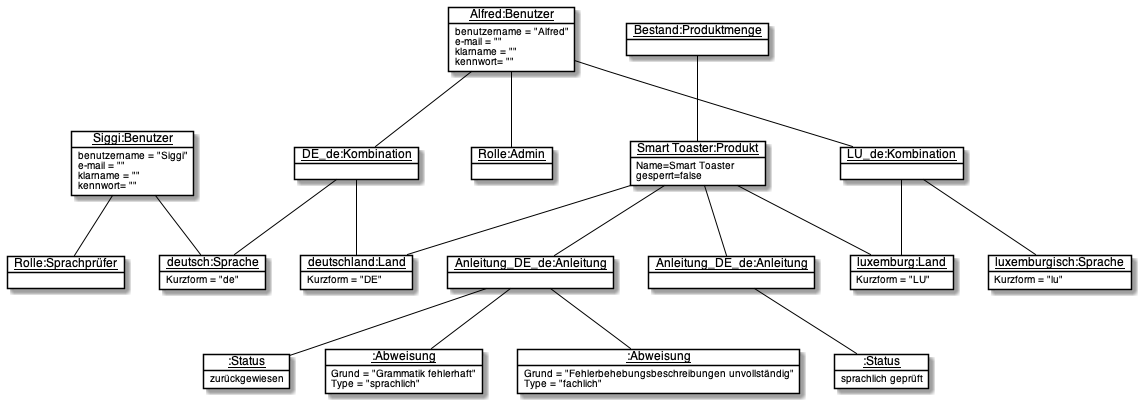
Earlier version of the PlantUML export out/objektdiagramm/Objektdiagramm.png (Schubert-Tom/Manual-Master). Its diagram source:
```plantuml
@startuml Objektdiagramm
!includeurl https://raw.githubusercontent.com/matthewjosephtaylor/plantuml-style/master/style.pu
object "<u>Siggi:Benutzer" as Siggi{
    benutzername = "Siggi"
    e-mail = ""
    klarname = ""
    kennwort= ""
}
object "<u>Alfred:Benutzer" as Alfred{
    benutzername = "Alfred"
    e-mail = ""
    klarname = ""
    kennwort= ""
}
object "<u>Rolle:Sprachprüfer" as Sprachprüfer{

}
object "<u>Rolle:Admin" as Admin{

}

object "<u>Bestand:Produktmenge" as Produktmenge
object "<u>Smart Toaster:Produkt" as SmartToaster{
    Name=Smart Toaster
    gesperrt=false
}
object "<u>:Status" as Status1{
    sprachlich geprüft
}
object "<u>:Status" as Status2{
    zurückgewiesen
}

object "<u>deutschland:Land" as Deutschland{
    Kurzform = "DE"
}
object "<u>luxemburg:Land" as Luxemburg{
    Kurzform = "LU"
}
object "<u>deutsch:Sprache" as de{
    Kurzform = "de"
}
object "<u>luxemburgisch:Sprache" as lu{
    Kurzform = "lu"
}
object "<u>DE_de:Kombination" as DE_de
object "<u>LU_de:Kombination" as LU_de
object "<u>Anleitung_DE_de:Anleitung" as Anleitung_DE_de
object "<u>Anleitung_DE_de:Anleitung" as Anleitung_LU_de

object "<u>:Abweisung" as Abweisungsgrund1{
    Grund = "Grammatik fehlerhaft"
    Type = "sprachlich"
}
object "<u>:Abweisung" as Abweisungsgrund2{
    Grund = "Fehlerbehebungsbeschreibungen unvollständig"
    Type = "fachlich"
}


    DE_de -- de
    DE_de -- Deutschland

    LU_de -- lu
    LU_de -- Luxemburg
    Produktmenge -- SmartToaster
    SmartToaster -- Deutschland
    SmartToaster -- Luxemburg
    SmartToaster -- Anleitung_DE_de
    SmartToaster -- Anleitung_LU_de

    Alfred -- Admin
    Alfred -- DE_de
    Alfred -- LU_de

    Siggi -- Sprachprüfer
    Siggi -- de

    Anleitung_DE_de -- Status1

    Anleitung_LU_de -- Status2
    Anleitung_LU_de -- Abweisungsgrund1
    Anleitung_LU_de -- Abweisungsgrund2

@enduml
```
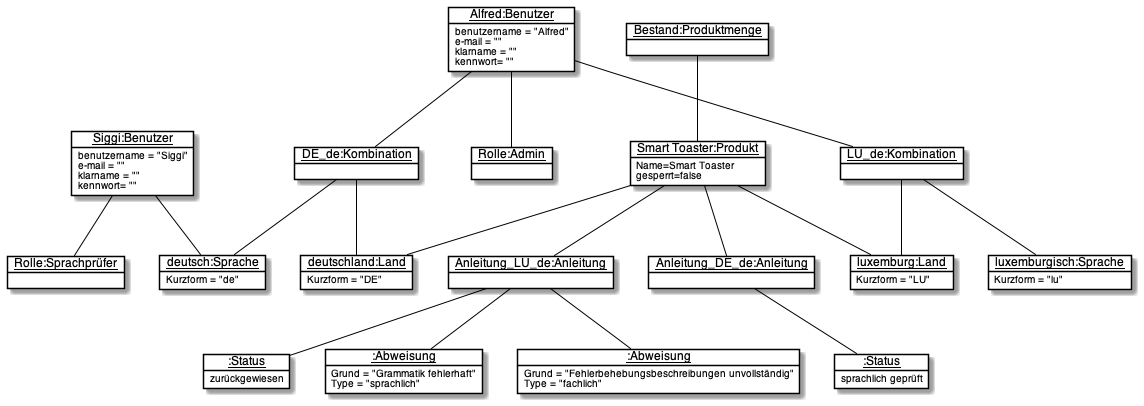
After the change.

Commit message:
Fehler Objektdiagramm && fertige USe Case beschreibung

Change to the diagram source:
```diff
@@ -46,7 +46,7 @@
 object "<u>DE_de:Kombination" as DE_de
 object "<u>LU_de:Kombination" as LU_de
 object "<u>Anleitung_DE_de:Anleitung" as Anleitung_DE_de
-object "<u>Anleitung_DE_de:Anleitung" as Anleitung_LU_de
+object "<u>Anleitung_LU_de:Anleitung" as Anleitung_LU_de
 
 object "<u>:Abweisung" as Abweisungsgrund1{
     Grund = "Grammatik fehlerhaft"
```
